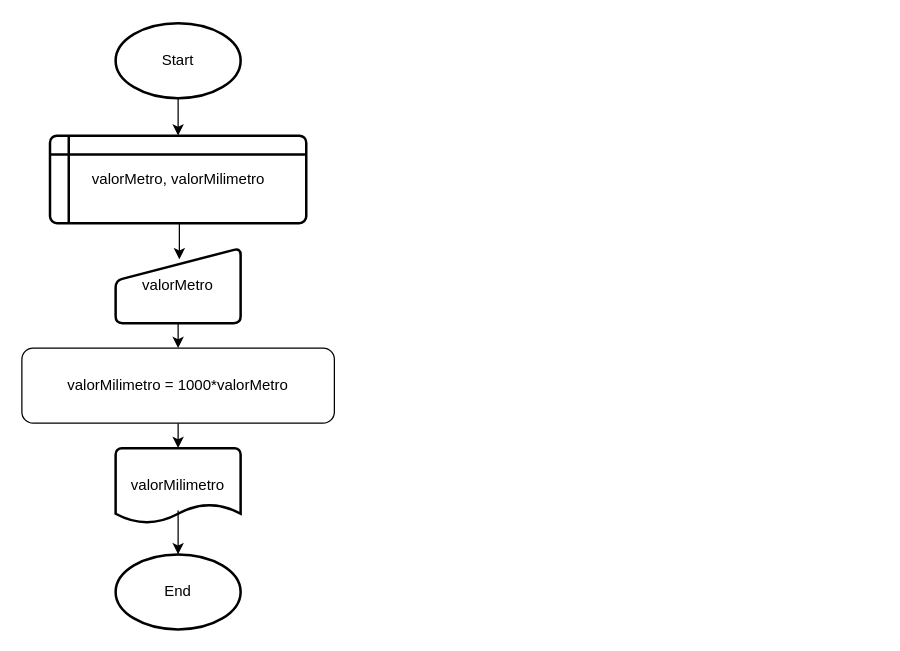
Earlier version of the draw.io diagram Untitled Diagram.drawio (artur-82/FATEC--Eletronica---1600731711004---Artur-). Source tidied: cells renumbered, new cells numbered last; positions are measured from the earlier drawing's top-left corner, leaving out a move shared by most shapes. Both pictures are drawn from the tidied source at 125%, with x=0, y=0 at pixel (21, 22).
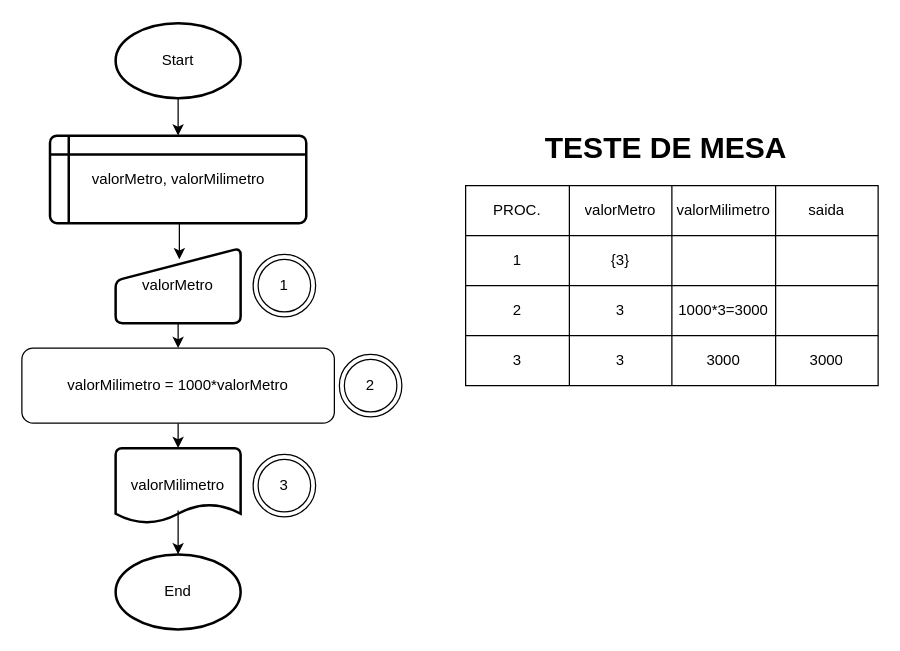
The same page after the edit.

The edit, as a diff of the source:
```diff
@@
+    <mxCell id="13" value="1" style="ellipse;shape=doubleEllipse;whiteSpace=wrap;html=1;" parent="1" vertex="1">
+      <mxGeometry x="185" y="185" width="50" height="50" as="geometry" />
+    </mxCell>
+    <mxCell id="14" value="2" style="ellipse;shape=doubleEllipse;whiteSpace=wrap;html=1;" parent="1" vertex="1">
+      <mxGeometry x="254" y="265" width="50" height="50" as="geometry" />
+    </mxCell>
+    <mxCell id="15" value="3" style="ellipse;shape=doubleEllipse;whiteSpace=wrap;html=1;" parent="1" vertex="1">
+      <mxGeometry x="185" y="345" width="50" height="50" as="geometry" />
+    </mxCell>
+    <mxCell id="16" style="shape=table;html=1;whiteSpace=wrap;startSize=0;childLayout=tableLayout;" parent="1" vertex="1">
+      <mxGeometry x="355" y="130" width="330" height="160" as="geometry" />
+    </mxCell>
+    <mxCell id="17" style="shape=partialRectangle;html=1;whiteSpace=wrap;fillColor=none;top=0;left=0;bottom=0;right=0;" parent="16" vertex="1">
+      <mxGeometry width="330" height="40" as="geometry" />
+    </mxCell>
+    <mxCell id="18" value="PROC." style="shape=partialRectangle;html=1;whiteSpace=wrap;overflow=hidden;fillColor=none;top=0;left=0;bottom=0;right=0;" parent="17" vertex="1">
+      <mxGeometry width="83" height="40" as="geometry" />
+    </mxCell>
+    <mxCell id="19" value="valorMetro" style="shape=partialRectangle;html=1;whiteSpace=wrap;overflow=hidden;fillColor=none;top=0;left=0;bottom=0;right=0;" parent="17" vertex="1">
+      <mxGeometry x="83" width="82" height="40" as="geometry" />
+    </mxCell>
+    <mxCell id="20" value="valorMilimetro" style="shape=partialRectangle;html=1;whiteSpace=wrap;overflow=hidden;fillColor=none;top=0;left=0;bottom=0;right=0;" parent="17" vertex="1">
+      <mxGeometry x="165" width="83" height="40" as="geometry" />
+    </mxCell>
+    <mxCell id="21" value="saida" style="shape=partialRectangle;html=1;whiteSpace=wrap;overflow=hidden;fillColor=none;top=0;left=0;bottom=0;right=0;" parent="17" vertex="1">
+      <mxGeometry x="248" width="82" height="40" as="geometry" />
+    </mxCell>
+    <mxCell id="22" style="shape=partialRectangle;html=1;whiteSpace=wrap;fillColor=none;top=0;left=0;bottom=0;right=0;" parent="16" vertex="1">
+      <mxGeometry y="40" width="330" height="40" as="geometry" />
+    </mxCell>
+    <mxCell id="23" value="1" style="shape=partialRectangle;html=1;whiteSpace=wrap;overflow=hidden;fillColor=none;top=0;left=0;bottom=0;right=0;" parent="22" vertex="1">
+      <mxGeometry width="83" height="40" as="geometry" />
+    </mxCell>
+    <mxCell id="24" value="{3}" style="shape=partialRectangle;html=1;whiteSpace=wrap;overflow=hidden;fillColor=none;top=0;left=0;bottom=0;right=0;" parent="22" vertex="1">
+      <mxGeometry x="83" width="82" height="40" as="geometry" />
+    </mxCell>
+    <mxCell id="25" style="shape=partialRectangle;html=1;whiteSpace=wrap;overflow=hidden;fillColor=none;top=0;left=0;bottom=0;right=0;" parent="22" vertex="1">
+      <mxGeometry x="165" width="83" height="40" as="geometry" />
+    </mxCell>
+    <mxCell id="26" style="shape=partialRectangle;html=1;whiteSpace=wrap;overflow=hidden;fillColor=none;top=0;left=0;bottom=0;right=0;" parent="22" vertex="1">
+      <mxGeometry x="248" width="82" height="40" as="geometry" />
+    </mxCell>
+    <mxCell id="27" style="shape=partialRectangle;html=1;whiteSpace=wrap;fillColor=none;top=0;left=0;bottom=0;right=0;" parent="16" vertex="1">
+      <mxGeometry y="80" width="330" height="40" as="geometry" />
+    </mxCell>
+    <mxCell id="28" value="2" style="shape=partialRectangle;html=1;whiteSpace=wrap;overflow=hidden;fillColor=none;top=0;left=0;bottom=0;right=0;" parent="27" vertex="1">
+      <mxGeometry width="83" height="40" as="geometry" />
+    </mxCell>
+    <mxCell id="29" value="3" style="shape=partialRectangle;html=1;whiteSpace=wrap;overflow=hidden;fillColor=none;top=0;left=0;bottom=0;right=0;" parent="27" vertex="1">
+      <mxGeometry x="83" width="82" height="40" as="geometry" />
+    </mxCell>
+    <mxCell id="30" value="1000*3=3000" style="shape=partialRectangle;html=1;whiteSpace=wrap;overflow=hidden;fillColor=none;top=0;left=0;bottom=0;right=0;" parent="27" vertex="1">
+      <mxGeometry x="165" width="83" height="40" as="geometry" />
+    </mxCell>
+    <mxCell id="31" style="shape=partialRectangle;html=1;whiteSpace=wrap;overflow=hidden;fillColor=none;top=0;left=0;bottom=0;right=0;" parent="27" vertex="1">
+      <mxGeometry x="248" width="82" height="40" as="geometry" />
+    </mxCell>
+    <mxCell id="32" style="shape=partialRectangle;html=1;whiteSpace=wrap;fillColor=none;top=0;left=0;bottom=0;right=0;" parent="16" vertex="1">
+      <mxGeometry y="120" width="330" height="40" as="geometry" />
+    </mxCell>
+    <mxCell id="33" value="3" style="shape=partialRectangle;html=1;whiteSpace=wrap;overflow=hidden;fillColor=none;top=0;left=0;bottom=0;right=0;" parent="32" vertex="1">
+      <mxGeometry width="83" height="40" as="geometry" />
+    </mxCell>
+    <mxCell id="34" value="3" style="shape=partialRectangle;html=1;whiteSpace=wrap;overflow=hidden;fillColor=none;top=0;left=0;bottom=0;right=0;" parent="32" vertex="1">
+      <mxGeometry x="83" width="82" height="40" as="geometry" />
+    </mxCell>
+    <mxCell id="35" value="3000" style="shape=partialRectangle;html=1;whiteSpace=wrap;overflow=hidden;fillColor=none;top=0;left=0;bottom=0;right=0;" parent="32" vertex="1">
+      <mxGeometry x="165" width="83" height="40" as="geometry" />
+    </mxCell>
+    <mxCell id="36" value="3000" style="shape=partialRectangle;html=1;whiteSpace=wrap;overflow=hidden;fillColor=none;top=0;left=0;bottom=0;right=0;" parent="32" vertex="1">
+      <mxGeometry x="248" width="82" height="40" as="geometry" />
+    </mxCell>
+    <mxCell id="37" value="TESTE DE MESA" style="text;strokeColor=none;fillColor=none;html=1;fontSize=24;fontStyle=1;verticalAlign=middle;align=center;" parent="1" vertex="1">
+      <mxGeometry x="465" y="80" width="100" height="40" as="geometry" />
+    </mxCell>
```
